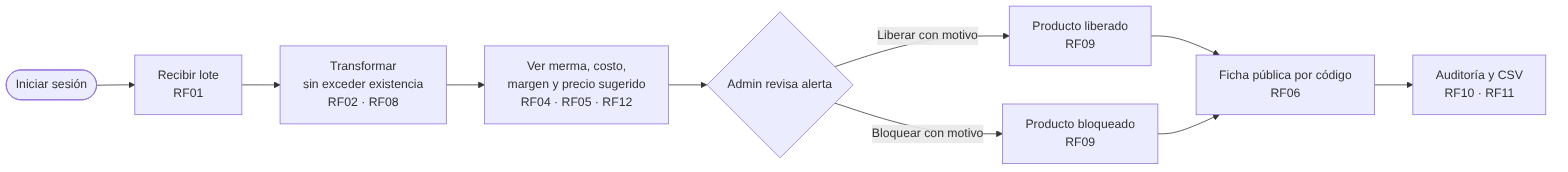
The Mermaid diagram documentos/diagramas/flujo.png in SantiagoAndresValencia/Reto-Hackathon-FUCTIH-Nexus-Code, before a commit. Its source is kept beside it as documentos/diagramas/flujo.mmd. The source it was exported from:
```mermaid
flowchart LR
  A([Iniciar sesión]) --> B[Recibir lote<br/>RF01]
  B --> C[Transformar<br/>sin exceder existencia<br/>RF02 · RF08]
  C --> D[Ver merma, costo,<br/>margen y precio sugerido<br/>RF04 · RF05 · RF12]
  D --> E{Admin revisa alerta}
  E -->|Liberar con motivo| F[Producto liberado<br/>RF09]
  E -->|Bloquear con motivo| G[Producto bloqueado<br/>RF09]
  F --> H[Ficha pública por código<br/>RF06]
  G --> H
  H --> I[Auditoría y CSV<br/>RF10 · RF11]
```
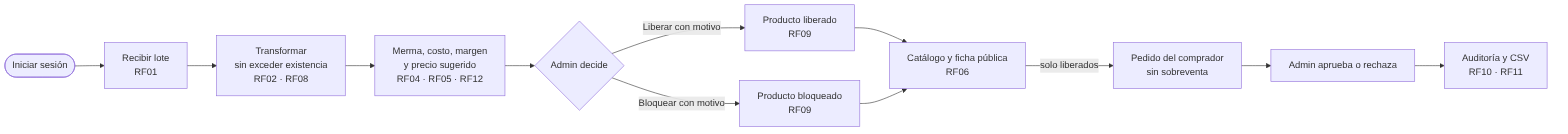
The same file after the commit.

Diff of the diagram source:
```diff
@@ -1,10 +1,12 @@
 flowchart LR
   A([Iniciar sesión]) --> B[Recibir lote<br/>RF01]
   B --> C[Transformar<br/>sin exceder existencia<br/>RF02 · RF08]
-  C --> D[Ver merma, costo,<br/>margen y precio sugerido<br/>RF04 · RF05 · RF12]
-  D --> E{Admin revisa alerta}
+  C --> D[Merma, costo, margen<br/>y precio sugerido<br/>RF04 · RF05 · RF12]
+  D --> E{Admin decide}
   E -->|Liberar con motivo| F[Producto liberado<br/>RF09]
   E -->|Bloquear con motivo| G[Producto bloqueado<br/>RF09]
-  F --> H[Ficha pública por código<br/>RF06]
+  F --> H[Catálogo y ficha pública<br/>RF06]
   G --> H
-  H --> I[Auditoría y CSV<br/>RF10 · RF11]
+  H -->|solo liberados| P[Pedido del comprador<br/>sin sobreventa]
+  P --> Q[Admin aprueba o rechaza]
+  Q --> I[Auditoría y CSV<br/>RF10 · RF11]
```
